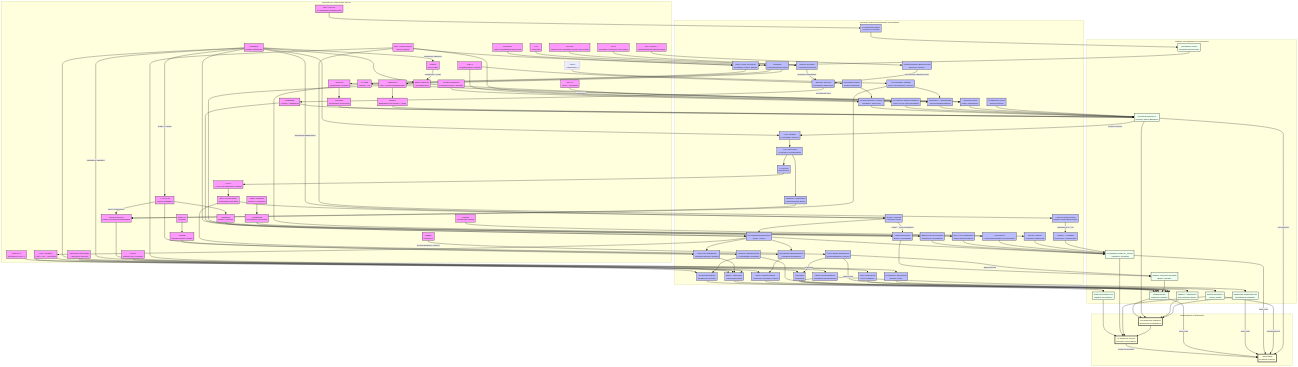
sayuj1989-ops/life keeps this Mermaid diagram as docs/figures/scoliosis_mechanism_map.png. Above is the earlier version. Its source is kept beside it as docs/figures/scoliosis_mechanism_map.mmd.
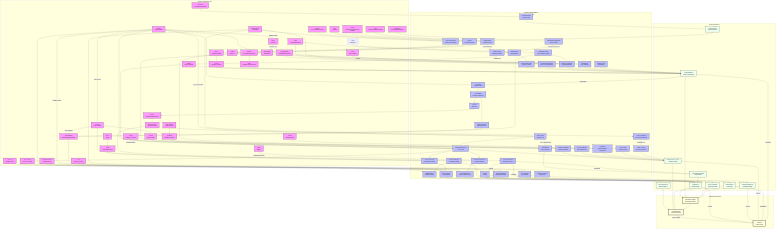
After the commit.

Commit message:
Add KCNQ voltage gain arc to scoliosis mechanism map (#1230)

Change to the diagram source:
```diff
@@ -35,6 +35,7 @@
         FBN1[FBN1<br/>Fibrillin-1]
         CCN[CCN1/2<br/>Matrix Protein]
         PPARGC1A[PPARGC1A<br/>Mitochondrial Biogenesis]
+        KCNQ[KCNQ<br/>Potassium Channel]
     end
 
     subgraph Processes [Cellular & Developmental Processes]
@@ -259,7 +260,9 @@
     Actin_Dynamics -- "Impaired in AIS" --> VEGF_A
     VEGF_A --> Gain
 
-    class HOX,COL,PIEZO1,PIEZO2,CILIA,LBX1,ADGRG6,PTK7,YAP,PKD2L1,MMP,URP,UTS2R,GFAP,VIM,LAMIN,BMAL1,RUNX3,METTL3,ESR1,MELATONIN,MT2,HIF1A,POC5,DSTYK,TFEB,Beta_Catenin,DPY19L1L,IGF1R,GHR,SOST,FBN1,CCN,PPARGC1A gene;
+    KCNQ -- "Hyperpolarization" --> Mech_Trans
+
+    class HOX,COL,PIEZO1,PIEZO2,CILIA,LBX1,ADGRG6,PTK7,YAP,PKD2L1,MMP,URP,UTS2R,GFAP,VIM,LAMIN,BMAL1,RUNX3,METTL3,ESR1,MELATONIN,MT2,HIF1A,POC5,DSTYK,TFEB,Beta_Catenin,DPY19L1L,IGF1R,GHR,SOST,FBN1,CCN,PPARGC1A,KCNQ gene;
     class Region,ECM_Assembly,Mech_Trans,Sym_Break,Neur_Diff,Muscle_Diff,Disc_Maint,PCP_Sig,Nucl_Shuttle,CSF_Sensing,Degradation,Astrogliosis,mtROS,Adipogenesis,Hydraulic_Congestion,Immune_Infilt,Circadian_Entrain,Proprio_Maint,H3K9me3,VCL_Stasis,Glymphatic_Stasis,Vestibular_Input,Gi_cAMP,Ciliary_Tuning,Hypoxia,Osteogenesis,Ciliary_Splint,Vacuole_Biogenesis,C_Mannosylation,Rapid_Growth,Energy_Deficit,mtBiogenesis,Fibrosis,TGFB,Osteocyte_Dendrite,Actin_Dynamics,VEGF_A process;
     class Rest_Kappa,Stiffness,Torsional_Stiffness,Gain,Torsion,Muscle_Tone,Anisotropy,TMD,Reissner_Fiber tissue;
     class S_Curve,Stability,Scoliosis outcome;
```
